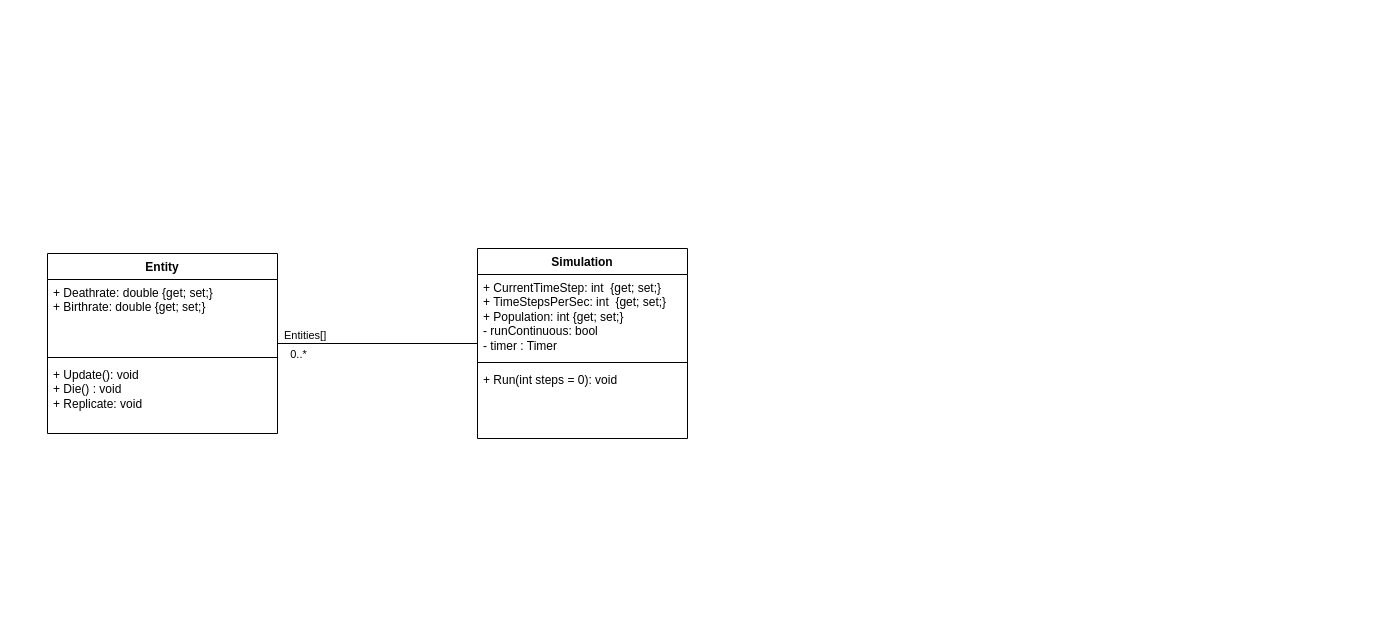
Before: docs/diagrams/Natural Selection Sim Class Diagram MVP.drawio in Arv1u/natural-selection-sim, a draw.io diagram. Source tidied: cells renumbered, new cells numbered last; positions are measured from the earlier drawing's top-left corner, leaving out a move shared by most shapes. Both pictures are drawn from the tidied source at 100%, with x=0, y=0 at pixel (47, 248).
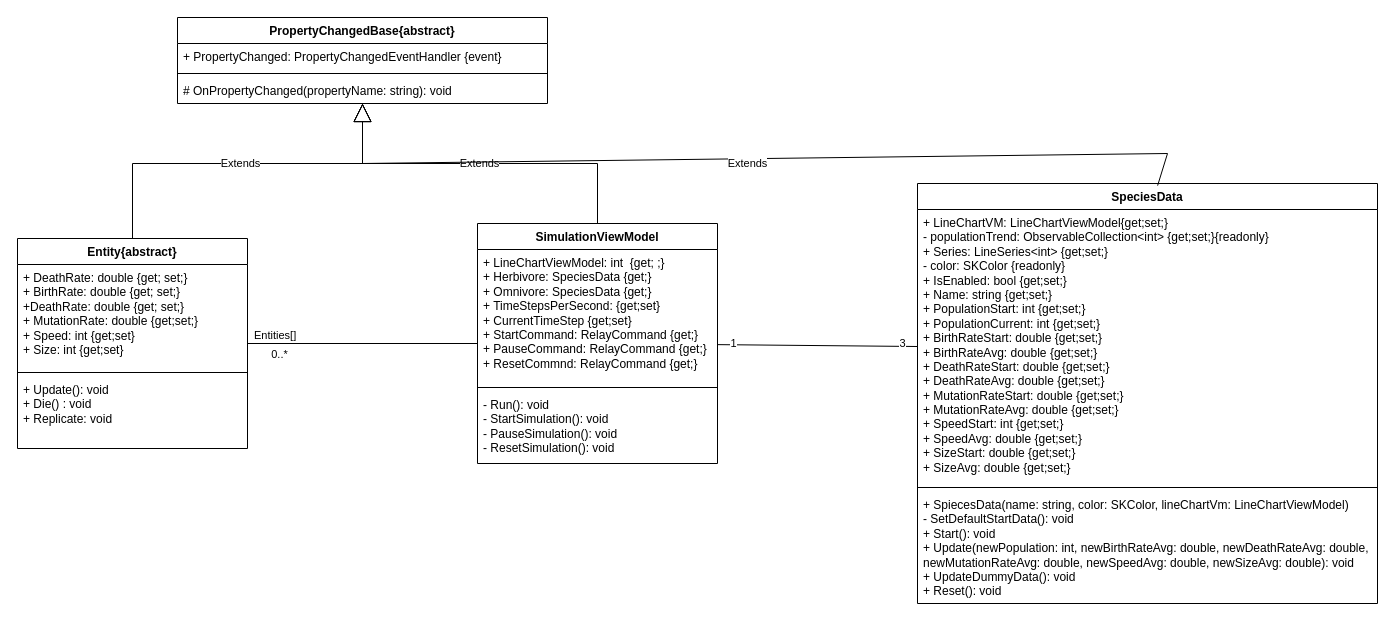
The same diagram, later.

The edit, as a diff of the source:
```diff
@@
-    <mxCell id="2" value="Entity" style="swimlane;fontStyle=1;align=center;verticalAlign=top;horizontal=1;startSize=26;whiteSpace=wrap;html=1;" parent="1" vertex="1">
-      <mxGeometry y="5" width="230" height="180" as="geometry" />
+    <mxCell id="2" value="Entity{abstract}" style="swimlane;fontStyle=1;align=center;verticalAlign=top;horizontal=1;startSize=26;whiteSpace=wrap;html=1;" parent="1" vertex="1">
+      <mxGeometry x="-30" y="-10" width="230" height="210" as="geometry" />
     </mxCell>
-    <mxCell id="3" value="+ Deathrate: double {get; set;}&lt;div&gt;+ Birthrate: double&amp;nbsp;&lt;span style=&quot;background-color: transparent; color: light-dark(rgb(0, 0, 0), rgb(255, 255, 255));&quot;&gt;{get; set;}&lt;/span&gt;&lt;/div&gt;" style="text;strokeColor=none;fillColor=none;align=left;verticalAlign=top;spacingLeft=4;spacingRight=4;overflow=hidden;whiteSpace=wrap;html=1;" parent="2" vertex="1">
-      <mxGeometry y="26" width="230" height="74" as="geometry" />
+    <mxCell id="3" value="+ DeathRate: double {get; set;}&lt;div&gt;+ BirthRate: double&amp;nbsp;&lt;span style=&quot;background-color: transparent; color: light-dark(rgb(0, 0, 0), rgb(255, 255, 255));&quot;&gt;{get; set;}&lt;/span&gt;&lt;/div&gt;&lt;div&gt;&lt;span style=&quot;background-color: transparent; color: light-dark(rgb(0, 0, 0), rgb(255, 255, 255));&quot;&gt;+DeathRate: double {get; set;}&lt;/span&gt;&lt;/div&gt;&lt;div&gt;&lt;span style=&quot;background-color: transparent; color: light-dark(rgb(0, 0, 0), rgb(255, 255, 255));&quot;&gt;+ MutationRate: double {get;set;}&lt;/span&gt;&lt;/div&gt;&lt;div&gt;&lt;span style=&quot;background-color: transparent; color: light-dark(rgb(0, 0, 0), rgb(255, 255, 255));&quot;&gt;+ Speed: int {get;set}&lt;/span&gt;&lt;/div&gt;&lt;div&gt;+ Size: int {get;set}&lt;/div&gt;&lt;div&gt;&lt;br&gt;&lt;/div&gt;" style="text;strokeColor=none;fillColor=none;align=left;verticalAlign=top;spacingLeft=4;spacingRight=4;overflow=hidden;whiteSpace=wrap;html=1;" parent="2" vertex="1">
+      <mxGeometry y="26" width="230" height="104" as="geometry" />
     </mxCell>
     <mxCell id="4" style="line;strokeWidth=1;fillColor=none;align=left;verticalAlign=middle;spacingTop=-1;spacingLeft=3;spacingRight=3;labelPosition=right;strokeColor=inherit;" parent="2" vertex="1">
-      <mxGeometry y="100" width="230" height="8" as="geometry" />
+      <mxGeometry y="130" width="230" height="8" as="geometry" />
     </mxCell>
     <mxCell id="5" value="+ Update(): void&lt;div&gt;+ Die() : void&lt;/div&gt;&lt;div&gt;+ Replicate: void&lt;/div&gt;" style="text;strokeColor=none;fillColor=none;align=left;verticalAlign=top;spacingLeft=4;spacingRight=4;overflow=hidden;whiteSpace=wrap;html=1;" parent="2" vertex="1">
-      <mxGeometry y="108" width="230" height="72" as="geometry" />
+      <mxGeometry y="138" width="230" height="72" as="geometry" />
     </mxCell>
-    <mxCell id="6" value="Simulation" style="swimlane;fontStyle=1;align=center;verticalAlign=top;horizontal=1;startSize=26;whiteSpace=wrap;html=1;" parent="1" vertex="1">
-      <mxGeometry x="430" width="210" height="190" as="geometry" />
+    <mxCell id="6" value="SimulationViewModel" style="swimlane;fontStyle=1;align=center;verticalAlign=top;horizontal=1;startSize=26;whiteSpace=wrap;html=1;" parent="1" vertex="1">
+      <mxGeometry x="430" y="-25" width="240" height="240" as="geometry" />
     </mxCell>
-    <mxCell id="7" value="+ CurrentTimeStep: int&amp;nbsp; {get; set;}&lt;div&gt;+ TimeStepsPerSec: int&amp;nbsp;&lt;span style=&quot;background-color: transparent; color: light-dark(rgb(0, 0, 0), rgb(255, 255, 255));&quot;&gt;&amp;nbsp;&lt;/span&gt;&lt;span style=&quot;background-color: transparent; color: light-dark(rgb(0, 0, 0), rgb(255, 255, 255));&quot;&gt;{get; set;}&lt;/span&gt;&lt;/div&gt;&lt;div&gt;&lt;span style=&quot;background-color: transparent; color: light-dark(rgb(0, 0, 0), rgb(255, 255, 255));&quot;&gt;+ Population: int {get; set;}&lt;/span&gt;&lt;/div&gt;&lt;div&gt;- runContinuous: bool&lt;/div&gt;&lt;div&gt;- timer : Timer&lt;/div&gt;" style="text;strokeColor=none;fillColor=none;align=left;verticalAlign=top;spacingLeft=4;spacingRight=4;overflow=hidden;whiteSpace=wrap;html=1;" parent="6" vertex="1">
-      <mxGeometry y="26" width="210" height="84" as="geometry" />
+    <mxCell id="7" value="+ LineChartViewModel: int&amp;nbsp; {get; ;}&lt;div&gt;+ Herbivore: SpeciesData {get;}&lt;/div&gt;&lt;div&gt;+ Omnivore: SpeciesData {get;}&lt;/div&gt;&lt;div&gt;&lt;span style=&quot;background-color: transparent; color: light-dark(rgb(0, 0, 0), rgb(255, 255, 255));&quot;&gt;+ TimeStepsPerSecond: {get;set}&lt;/span&gt;&lt;/div&gt;&lt;div&gt;&lt;span style=&quot;background-color: transparent; color: light-dark(rgb(0, 0, 0), rgb(255, 255, 255));&quot;&gt;+ CurrentTimeStep {get;set}&lt;/span&gt;&lt;/div&gt;&lt;div&gt;&lt;span style=&quot;background-color: transparent; color: light-dark(rgb(0, 0, 0), rgb(255, 255, 255));&quot;&gt;+ StartCommand: RelayCommand {get;}&lt;/span&gt;&lt;/div&gt;&lt;div&gt;&lt;span style=&quot;background-color: transparent; color: light-dark(rgb(0, 0, 0), rgb(255, 255, 255));&quot;&gt;+ PauseCommand: RelayCommand {get;}&lt;/span&gt;&lt;/div&gt;&lt;div&gt;&lt;span style=&quot;background-color: transparent; color: light-dark(rgb(0, 0, 0), rgb(255, 255, 255));&quot;&gt;+ ResetCommnd: RelayCommand {get;}&lt;/span&gt;&lt;/div&gt;" style="text;strokeColor=none;fillColor=none;align=left;verticalAlign=top;spacingLeft=4;spacingRight=4;overflow=hidden;whiteSpace=wrap;html=1;" parent="6" vertex="1">
+      <mxGeometry y="26" width="240" height="134" as="geometry" />
     </mxCell>
     <mxCell id="8" style="line;strokeWidth=1;fillColor=none;align=left;verticalAlign=middle;spacingTop=-1;spacingLeft=3;spacingRight=3;labelPosition=right;strokeColor=inherit;" parent="6" vertex="1">
-      <mxGeometry y="110" width="210" height="8" as="geometry" />
+      <mxGeometry y="160" width="240" height="8" as="geometry" />
     </mxCell>
-    <mxCell id="9" value="+ Run(int steps = 0): void" style="text;strokeColor=none;fillColor=none;align=left;verticalAlign=top;spacingLeft=4;spacingRight=4;overflow=hidden;whiteSpace=wrap;html=1;" parent="6" vertex="1">
-      <mxGeometry y="118" width="210" height="72" as="geometry" />
+    <mxCell id="9" value="- Run(): void&lt;div&gt;- StartSimulation(): void&lt;/div&gt;&lt;div&gt;- PauseSimulation(): void&lt;/div&gt;&lt;div&gt;- ResetSimulation(): void&lt;/div&gt;" style="text;strokeColor=none;fillColor=none;align=left;verticalAlign=top;spacingLeft=4;spacingRight=4;overflow=hidden;whiteSpace=wrap;html=1;" parent="6" vertex="1">
+      <mxGeometry y="168" width="240" height="72" as="geometry" />
     </mxCell>
@@
+    <mxCell id="13" value="PropertyChangedBase{abstract}" style="swimlane;fontStyle=1;align=center;verticalAlign=top;horizontal=1;startSize=26;whiteSpace=wrap;html=1;" parent="1" vertex="1">
+      <mxGeometry x="130" y="-231" width="370" height="86" as="geometry" />
+    </mxCell>
+    <mxCell id="14" value="+ PropertyChanged: PropertyChangedEventHandler {event}" style="text;strokeColor=none;fillColor=none;align=left;verticalAlign=top;spacingLeft=4;spacingRight=4;overflow=hidden;whiteSpace=wrap;html=1;" parent="13" vertex="1">
+      <mxGeometry y="26" width="370" height="26" as="geometry" />
+    </mxCell>
+    <mxCell id="15" style="line;strokeWidth=1;fillColor=none;align=left;verticalAlign=middle;spacingTop=-1;spacingLeft=3;spacingRight=3;labelPosition=right;strokeColor=inherit;" parent="13" vertex="1">
+      <mxGeometry y="52" width="370" height="8" as="geometry" />
+    </mxCell>
+    <mxCell id="16" value="# OnPropertyChanged(propertyName: string): void" style="text;strokeColor=none;fillColor=none;align=left;verticalAlign=top;spacingLeft=4;spacingRight=4;overflow=hidden;whiteSpace=wrap;html=1;" parent="13" vertex="1">
+      <mxGeometry y="60" width="370" height="26" as="geometry" />
+    </mxCell>
+    <mxCell id="17" value="SpeciesData" style="swimlane;fontStyle=1;align=center;verticalAlign=top;horizontal=1;startSize=26;whiteSpace=wrap;html=1;" parent="1" vertex="1">
+      <mxGeometry x="870" y="-65" width="460" height="420" as="geometry" />
+    </mxCell>
+    <mxCell id="18" value="+ LineChartVM: LineChartViewModel{get;set;}&lt;div&gt;- populationTrend: ObservableCollection&amp;lt;int&amp;gt; {get;set;}{readonly}&lt;/div&gt;&lt;div&gt;+ Series: LineSeries&amp;lt;int&amp;gt; {get;set;}&lt;/div&gt;&lt;div&gt;- color: SKColor {readonly}&lt;/div&gt;&lt;div&gt;+ IsEnabled: bool {get;set;}&lt;/div&gt;&lt;div&gt;+ Name: string&amp;nbsp;&lt;span style=&quot;background-color: transparent; color: light-dark(rgb(0, 0, 0), rgb(255, 255, 255));&quot;&gt;{get;set;}&lt;/span&gt;&lt;/div&gt;&lt;div&gt;&lt;span style=&quot;background-color: transparent; color: light-dark(rgb(0, 0, 0), rgb(255, 255, 255));&quot;&gt;+ PopulationStart: int&amp;nbsp;&lt;/span&gt;&lt;span style=&quot;background-color: transparent; color: light-dark(rgb(0, 0, 0), rgb(255, 255, 255));&quot;&gt;{get;set;}&lt;/span&gt;&lt;/div&gt;&lt;div&gt;&lt;span style=&quot;background-color: transparent; color: light-dark(rgb(0, 0, 0), rgb(255, 255, 255));&quot;&gt;+ PopulationCurrent: int&amp;nbsp;&lt;/span&gt;&lt;span style=&quot;background-color: transparent; color: light-dark(rgb(0, 0, 0), rgb(255, 255, 255));&quot;&gt;{get;set;}&lt;/span&gt;&lt;/div&gt;&lt;div&gt;&lt;span style=&quot;background-color: transparent; color: light-dark(rgb(0, 0, 0), rgb(255, 255, 255));&quot;&gt;+ BirthRateStart: double&amp;nbsp;&lt;/span&gt;&lt;span style=&quot;background-color: transparent; color: light-dark(rgb(0, 0, 0), rgb(255, 255, 255));&quot;&gt;{get;set;}&lt;/span&gt;&lt;/div&gt;&lt;div&gt;&lt;span style=&quot;background-color: transparent; color: light-dark(rgb(0, 0, 0), rgb(255, 255, 255));&quot;&gt;+ BirthRateAvg: double&amp;nbsp;&lt;/span&gt;&lt;span style=&quot;background-color: transparent; color: light-dark(rgb(0, 0, 0), rgb(255, 255, 255));&quot;&gt;{get;set;}&lt;/span&gt;&lt;/div&gt;&lt;div&gt;&lt;span style=&quot;background-color: transparent; color: light-dark(rgb(0, 0, 0), rgb(255, 255, 255));&quot;&gt;+ DeathRateStart: double&amp;nbsp;&lt;/span&gt;&lt;span style=&quot;background-color: transparent; color: light-dark(rgb(0, 0, 0), rgb(255, 255, 255));&quot;&gt;{get;set;}&lt;/span&gt;&lt;/div&gt;&lt;div&gt;&lt;span style=&quot;background-color: transparent; color: light-dark(rgb(0, 0, 0), rgb(255, 255, 255));&quot;&gt;+ DeathRateAvg: double&amp;nbsp;&lt;/span&gt;&lt;span style=&quot;background-color: transparent; color: light-dark(rgb(0, 0, 0), rgb(255, 255, 255));&quot;&gt;{get;set;}&lt;/span&gt;&lt;/div&gt;&lt;div&gt;&lt;span style=&quot;background-color: transparent; color: light-dark(rgb(0, 0, 0), rgb(255, 255, 255));&quot;&gt;+ MutationRateStart: double&amp;nbsp;&lt;/span&gt;&lt;span style=&quot;background-color: transparent; color: light-dark(rgb(0, 0, 0), rgb(255, 255, 255));&quot;&gt;{get;set;}&lt;/span&gt;&lt;/div&gt;&lt;div&gt;&lt;span style=&quot;background-color: transparent; color: light-dark(rgb(0, 0, 0), rgb(255, 255, 255));&quot;&gt;+ MutationRateAvg: double&amp;nbsp;&lt;/span&gt;&lt;span style=&quot;background-color: transparent; color: light-dark(rgb(0, 0, 0), rgb(255, 255, 255));&quot;&gt;{get;set;}&lt;/span&gt;&lt;/div&gt;&lt;div&gt;&lt;span style=&quot;background-color: transparent; color: light-dark(rgb(0, 0, 0), rgb(255, 255, 255));&quot;&gt;+ SpeedStart: int&amp;nbsp;&lt;/span&gt;&lt;span style=&quot;background-color: transparent; color: light-dark(rgb(0, 0, 0), rgb(255, 255, 255));&quot;&gt;{get;set;}&lt;/span&gt;&lt;/div&gt;&lt;div&gt;&lt;span style=&quot;background-color: transparent; color: light-dark(rgb(0, 0, 0), rgb(255, 255, 255));&quot;&gt;+ SpeedAvg: double&amp;nbsp;&lt;/span&gt;&lt;span style=&quot;background-color: transparent; color: light-dark(rgb(0, 0, 0), rgb(255, 255, 255));&quot;&gt;{get;set;}&lt;/span&gt;&lt;/div&gt;&lt;div&gt;&lt;span style=&quot;background-color: transparent; color: light-dark(rgb(0, 0, 0), rgb(255, 255, 255));&quot;&gt;+ SizeStart: double&amp;nbsp;&lt;/span&gt;&lt;span style=&quot;background-color: transparent; color: light-dark(rgb(0, 0, 0), rgb(255, 255, 255));&quot;&gt;{get;set;}&lt;/span&gt;&lt;/div&gt;&lt;div&gt;+ SizeAvg: double&amp;nbsp;&lt;span style=&quot;background-color: transparent; color: light-dark(rgb(0, 0, 0), rgb(255, 255, 255));&quot;&gt;{get;set;}&lt;/span&gt;&lt;/div&gt;" style="text;strokeColor=none;fillColor=none;align=left;verticalAlign=top;spacingLeft=4;spacingRight=4;overflow=hidden;points=[[0,0.5],[1,0.5]];portConstraint=eastwest;whiteSpace=wrap;html=1;" parent="17" vertex="1">
+      <mxGeometry y="26" width="460" height="274" as="geometry" />
+    </mxCell>
+    <mxCell id="19" style="line;strokeWidth=1;fillColor=none;align=left;verticalAlign=middle;spacingTop=-1;spacingLeft=3;spacingRight=3;labelPosition=right;strokeColor=inherit;" parent="17" vertex="1">
+      <mxGeometry y="300" width="460" height="8" as="geometry" />
+    </mxCell>
+    <mxCell id="20" value="+ SpiecesData(name: string, color: SKColor, lineChartVm: LineChartViewModel)&amp;nbsp;&lt;div&gt;- SetDefaultStartData(): void&lt;/div&gt;&lt;div&gt;+ Start(): void&lt;/div&gt;&lt;div&gt;+ Update(newPopulation: int, newBirthRateAvg: double, newDeathRateAvg: double, newMutationRateAvg: double, newSpeedAvg: double, newSizeAvg: double): void&lt;/div&gt;&lt;div&gt;+ UpdateDummyData(): void&lt;/div&gt;&lt;div&gt;+ Reset(): void&lt;/div&gt;&lt;div&gt;&lt;br&gt;&lt;/div&gt;" style="text;strokeColor=none;fillColor=none;align=left;verticalAlign=top;spacingLeft=4;spacingRight=4;overflow=hidden;whiteSpace=wrap;html=1;" parent="17" vertex="1">
+      <mxGeometry y="308" width="460" height="112" as="geometry" />
+    </mxCell>
+    <mxCell id="21" style="endArrow=none;html=1;rounded=0;entryX=0;entryY=0.5;entryDx=0;entryDy=0;" parent="1" edge="1" source="6" target="18">
+      <mxGeometry relative="1" as="geometry" />
+    </mxCell>
+    <mxCell id="22" value="1" style="edgeLabel;html=1;align=center;verticalAlign=middle;" parent="21" vertex="1">
+      <mxGeometry x="-0.85" y="2" relative="1" as="geometry" />
+    </mxCell>
+    <mxCell id="23" value="3" style="edgeLabel;html=1;align=center;verticalAlign=middle;" parent="21" vertex="1">
+      <mxGeometry x="0.84" y="3" relative="1" as="geometry" />
+    </mxCell>
+    <mxCell id="24" value="Extends" style="endArrow=block;endSize=16;endFill=0;html=1;rounded=0;exitX=0.5;exitY=0;exitDx=0;exitDy=0;" parent="1" edge="1" source="2" target="13">
+      <mxGeometry relative="1" as="geometry">
+        <Array as="points">
+          <mxPoint x="85" y="-85" />
+          <mxPoint x="315" y="-85" />
+        </Array>
+      </mxGeometry>
+    </mxCell>
+    <mxCell id="25" value="Extends" style="endArrow=block;endSize=16;endFill=0;html=1;rounded=0;" parent="1" edge="1" source="6" target="13">
+      <mxGeometry relative="1" as="geometry">
+        <Array as="points">
+          <mxPoint x="550" y="-85" />
+          <mxPoint x="315" y="-85" />
+        </Array>
+      </mxGeometry>
+    </mxCell>
+    <mxCell id="26" value="Extends" style="endArrow=block;endSize=16;endFill=0;html=1;rounded=0;exitX=0.522;exitY=0.005;exitDx=0;exitDy=0;exitPerimeter=0;" parent="1" edge="1" source="17" target="13">
+      <mxGeometry x="0.01" y="5" relative="1" as="geometry">
+        <Array as="points">
+          <mxPoint x="1120" y="-95" />
+          <mxPoint x="315" y="-85" />
+        </Array>
+      </mxGeometry>
+    </mxCell>
```
